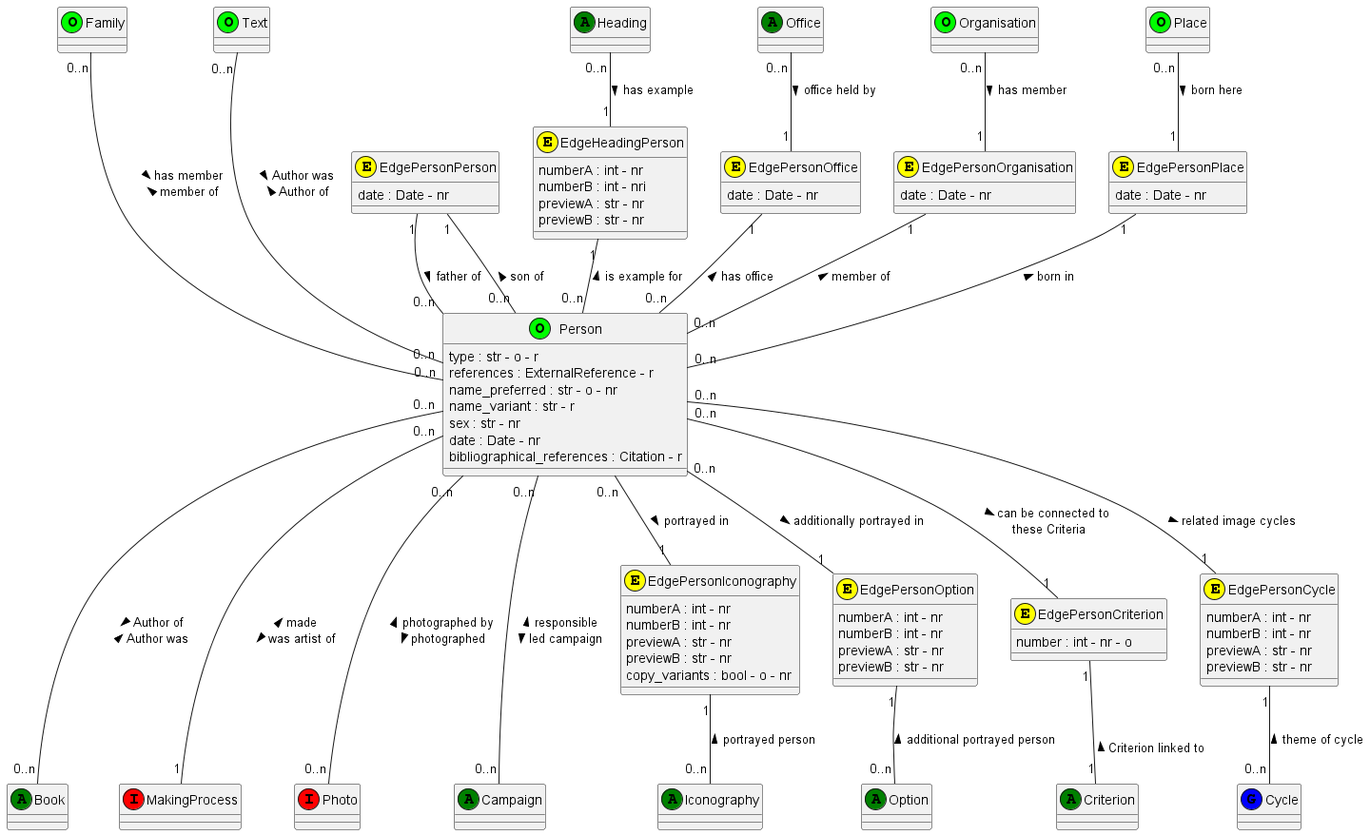
This is documentation/class_diagrams/Person.png from tmasch/bpf_be, a PlantUML export, as it was before one commit.
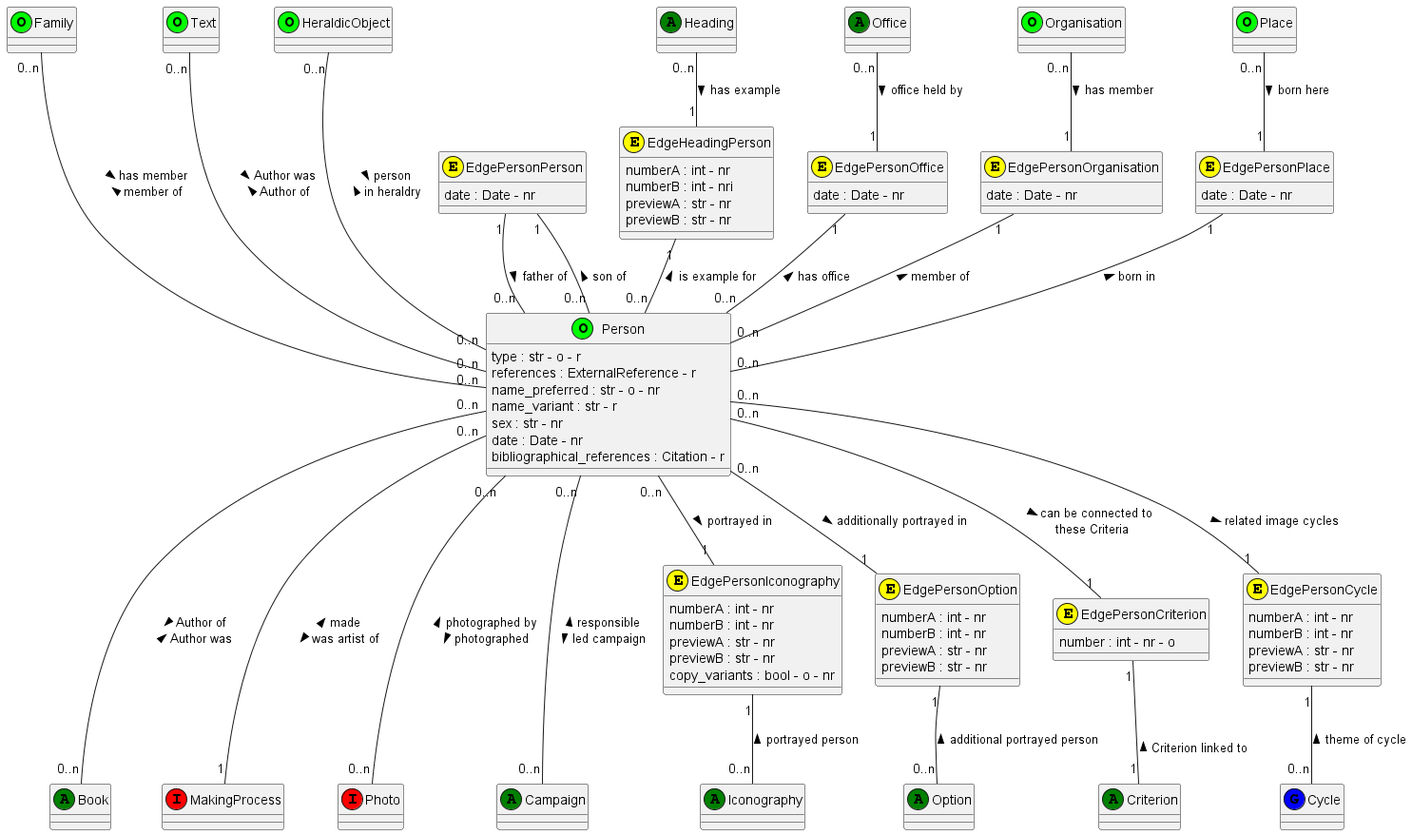
The same file after the commit.

What changed in the source:
```diff
@@ -26,6 +26,8 @@
 class Cycle <<(G,blue)>>
 
 class Text <<(O,lime)>>
+
+class HeraldicObject <<(O,lime)>>
 
 class Book <<(A,green)>>
 
@@ -94,6 +96,8 @@
 Place "0..n" -- "1" EdgePersonPlace : born here >
 EdgePersonPlace "1" -- "0..n" Person : born in  <
 
+HeraldicObject "0..n" --- "0..n" Person: > person \n in heraldry <
+
 Person "0..n" -- "1" EdgePersonIconography : portrayed in >
 EdgePersonIconography "1" -- "0..n" Iconography : portrayed person <
 
```
